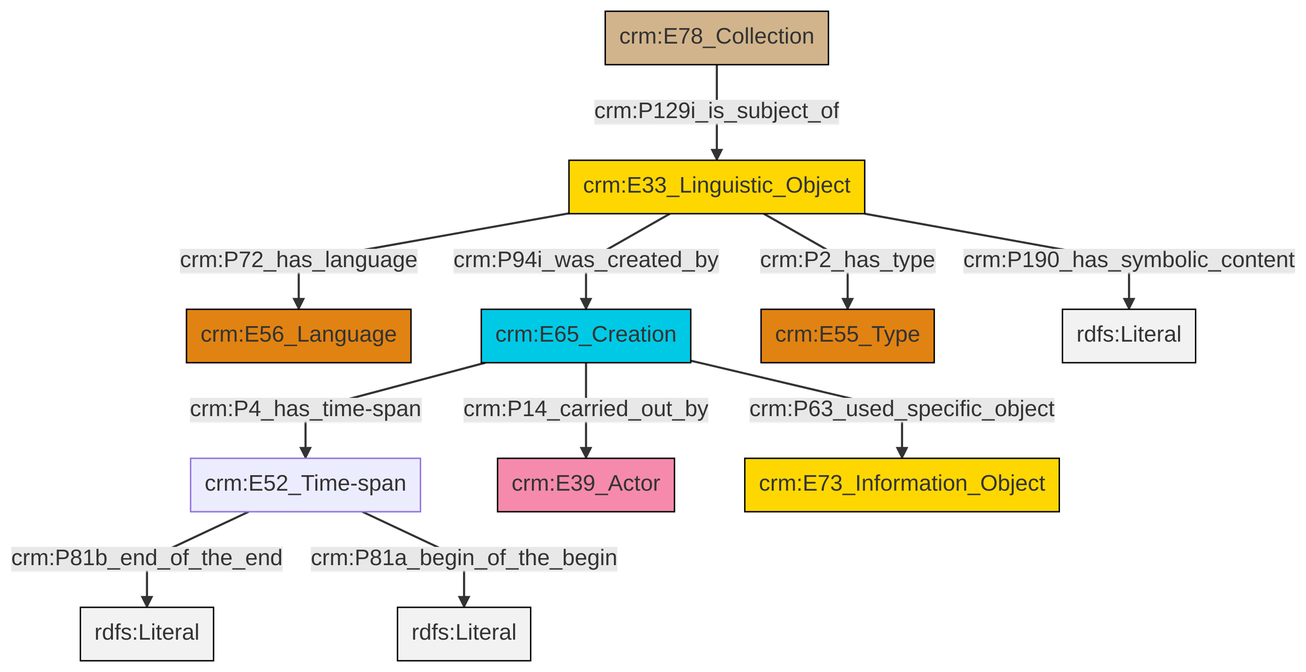
swiss-art-research-net/docs.swissartresearch keeps this Mermaid diagram as et/archivalCSV/ttl/mmd/png/archival_desc.png. Above is the earlier version. Its source is kept beside it as et/archivalCSV/ttl/mmd/archival_desc.ttl.mmd.
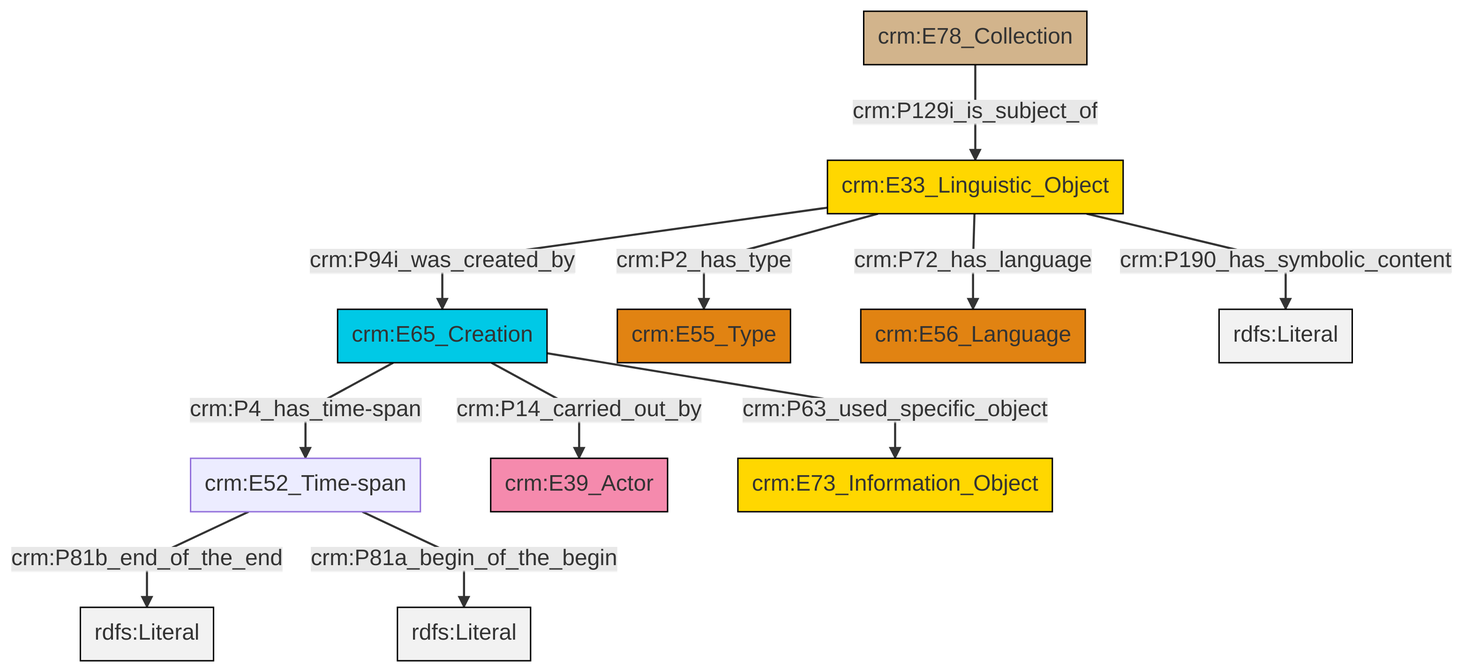
Above is the later version.

The edit, as a diff of the source:
```diff
@@ -13,13 +13,13 @@
 classDef PC_Classes fill:#4ce600, stroke:#000000;
 classDef Multi fill:#cccccc,stroke:#000000;
 
-2["crm:E52_Time-span"]:::Default -->|crm:P81b_end_of_the_end| 3[rdfs:Literal]:::Literal
-8["crm:E33_Linguistic_Object"]:::Conceptual_Object -->|crm:P94i_was_created_by| 9["crm:E65_Creation"]:::Temporal_Entity
-10["crm:E78_Collection"]:::Physical_Thing -->|crm:P129i_is_subject_of| 8["crm:E33_Linguistic_Object"]:::Conceptual_Object
-9["crm:E65_Creation"]:::Temporal_Entity -->|crm:P4_has_time-span| 2["crm:E52_Time-span"]:::Default
-2["crm:E52_Time-span"]:::Default -->|crm:P81a_begin_of_the_begin| 11[rdfs:Literal]:::Literal
-8["crm:E33_Linguistic_Object"]:::Conceptual_Object -->|crm:P190_has_symbolic_content| 14[rdfs:Literal]:::Literal
-9["crm:E65_Creation"]:::Temporal_Entity -->|crm:P63_used_specific_object| 6["crm:E73_Information_Object"]:::Conceptual_Object
-8["crm:E33_Linguistic_Object"]:::Conceptual_Object -->|crm:P72_has_language| 0["crm:E56_Language"]:::Type
-9["crm:E65_Creation"]:::Temporal_Entity -->|crm:P14_carried_out_by| 4["crm:E39_Actor"]:::Actor
-8["crm:E33_Linguistic_Object"]:::Conceptual_Object -->|crm:P2_has_type| 12["crm:E55_Type"]:::Type
+0["crm:E52_Time-span"]:::Default -->|crm:P81b_end_of_the_end| 1[rdfs:Literal]:::Literal
+2["crm:E65_Creation"]:::Temporal_Entity -->|crm:P14_carried_out_by| 3["crm:E39_Actor"]:::Actor
+4["crm:E33_Linguistic_Object"]:::Conceptual_Object -->|crm:P2_has_type| 5["crm:E55_Type"]:::Type
+4["crm:E33_Linguistic_Object"]:::Conceptual_Object -->|crm:P72_has_language| 6["crm:E56_Language"]:::Type
+4["crm:E33_Linguistic_Object"]:::Conceptual_Object -->|crm:P94i_was_created_by| 2["crm:E65_Creation"]:::Temporal_Entity
+4["crm:E33_Linguistic_Object"]:::Conceptual_Object -->|crm:P190_has_symbolic_content| 11[rdfs:Literal]:::Literal
+12["crm:E78_Collection"]:::Physical_Thing -->|crm:P129i_is_subject_of| 4["crm:E33_Linguistic_Object"]:::Conceptual_Object
+2["crm:E65_Creation"]:::Temporal_Entity -->|crm:P63_used_specific_object| 7["crm:E73_Information_Object"]:::Conceptual_Object
+2["crm:E65_Creation"]:::Temporal_Entity -->|crm:P4_has_time-span| 0["crm:E52_Time-span"]:::Default
+0["crm:E52_Time-span"]:::Default -->|crm:P81a_begin_of_the_begin| 18[rdfs:Literal]:::Literal
```
